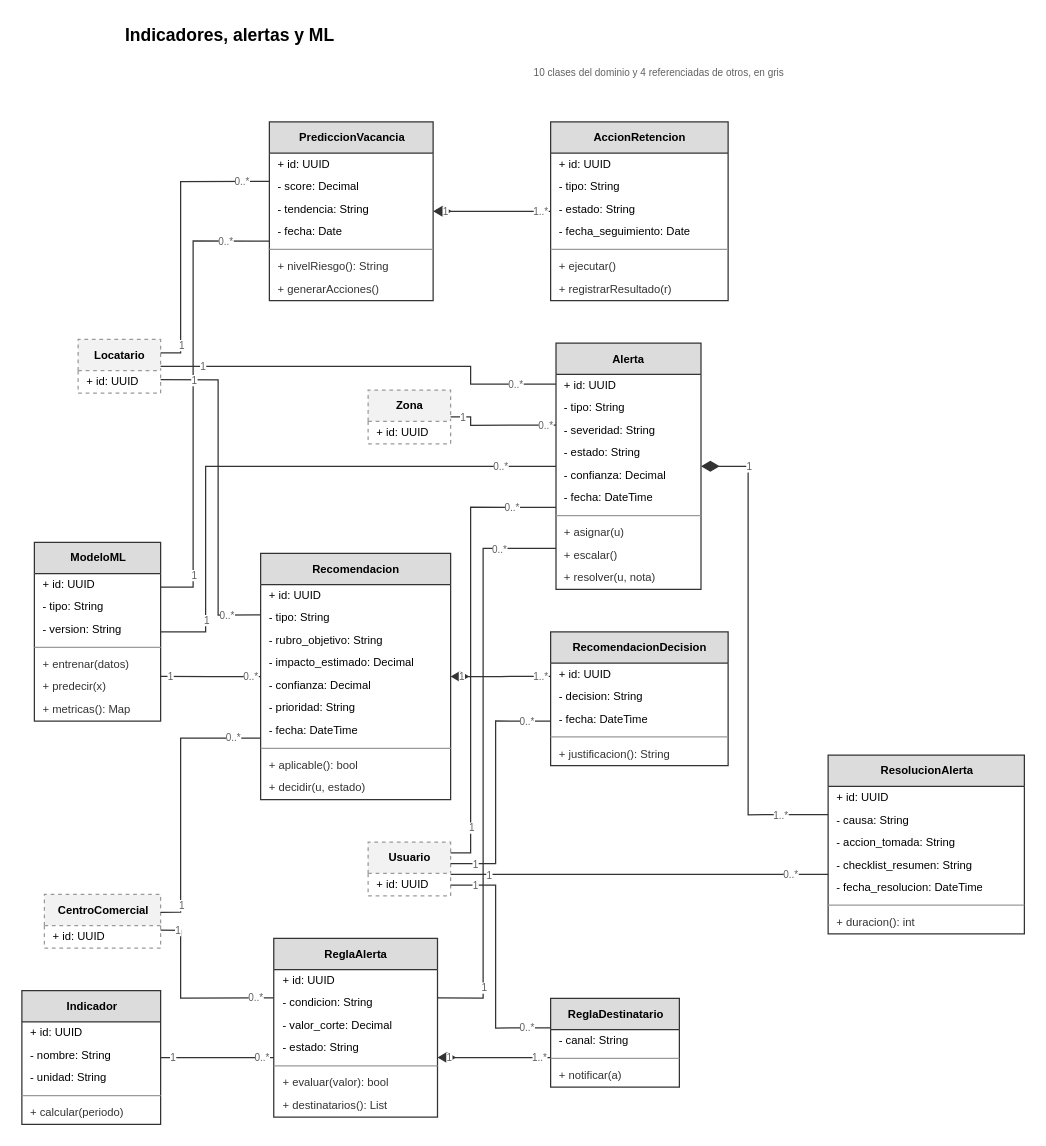
Earlier version of the draw.io diagram STF/STF/Primera entrega/diagramas/cls_analitica.drawio (javieravellanedaa/ShopMetrics-TFI). Source tidied: cells renumbered, new cells numbered last; positions are measured from the earlier drawing's top-left corner, leaving out a move shared by most shapes. Both pictures are drawn from the tidied source at 125%, with x=0, y=0 at pixel (21, 21).
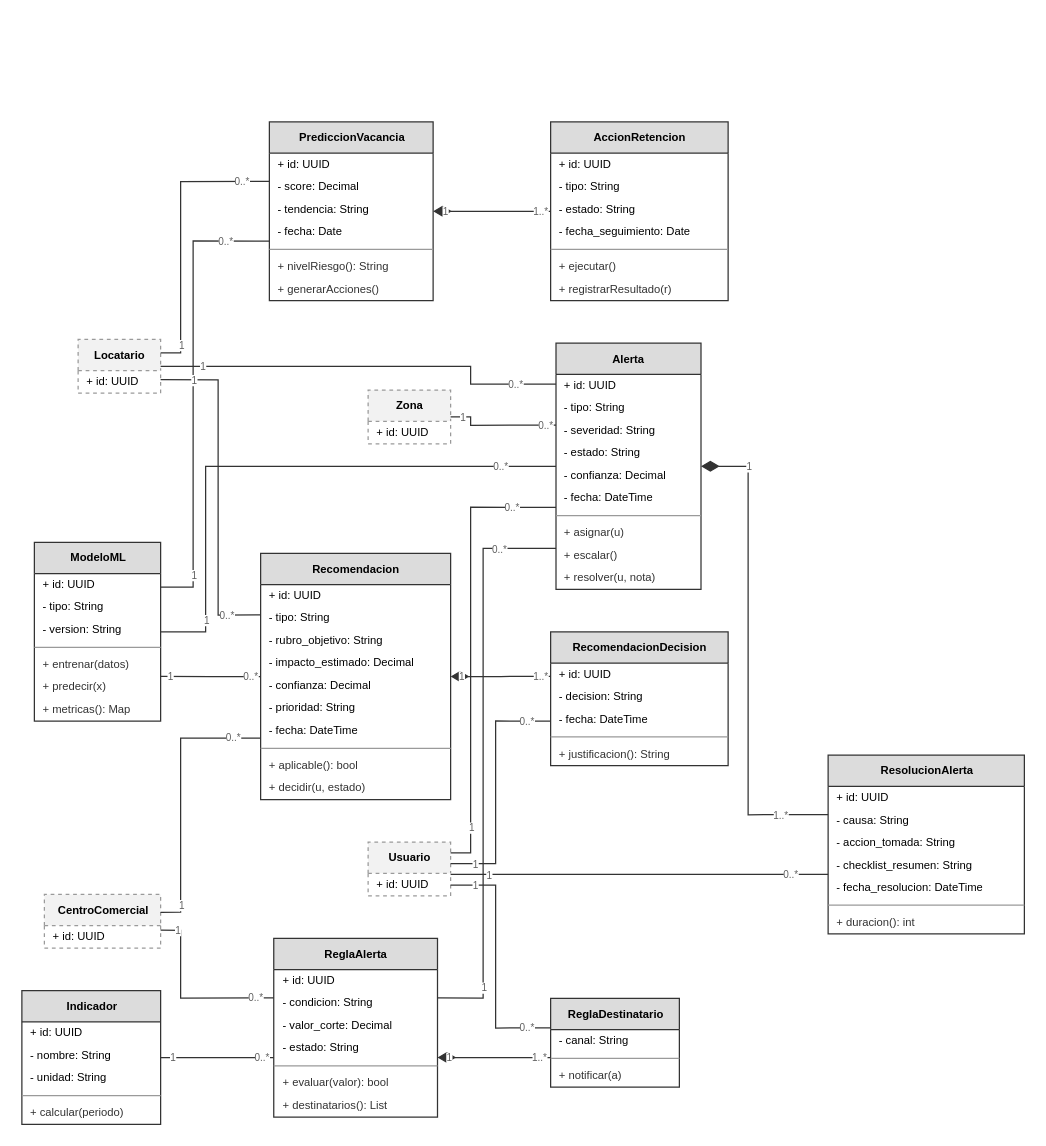
The same page after the edit.

What changed in the source:
```diff
@@
-    <mxCell id="2" value="Indicadores, alertas y ML" style="text;html=1;align=left;verticalAlign=middle;fontSize=14;fontStyle=1;fontColor=#000000;" parent="1" vertex="1">
-      <mxGeometry x="81" width="640" height="22" as="geometry" />
-    </mxCell>
-    <mxCell id="3" value="10 clases del dominio y 4 referenciadas de otros, en gris" style="text;html=1;align=right;verticalAlign=middle;fontSize=8;fontColor=#606060;" parent="1" vertex="1">
-      <mxGeometry x="191" y="32" width="420" height="18" as="geometry" />
-    </mxCell>
```
